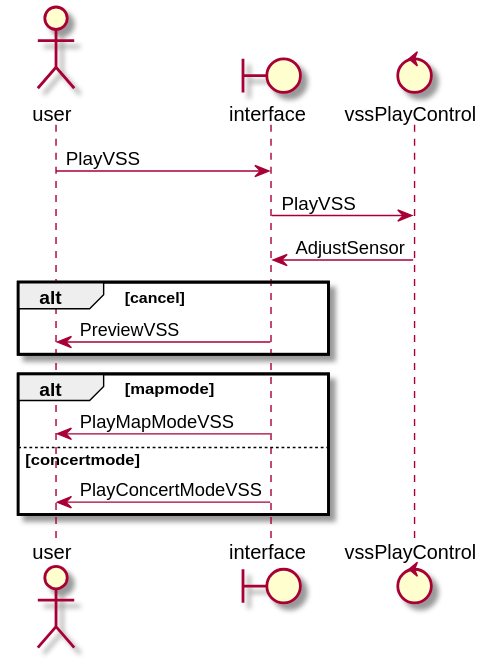
The PlantUML diagram 需求定义和分析/SeqDiagram/playvss.svg in kpp19920121/doc, before a commit. The source it was exported from:
```plantuml
@startuml
actor user
boundary interface
control vssPlayControl

user -> interface: PlayVSS
interface -> vssPlayControl: PlayVSS
vssPlayControl -> interface: AdjustSensor

alt cancel
    interface -> user: PreviewVSS
end

alt mapmode
    interface -> user: PlayMapModeVSS
else concertmode
    interface -> user: PlayConcertModeVSS
end
@enduml
```
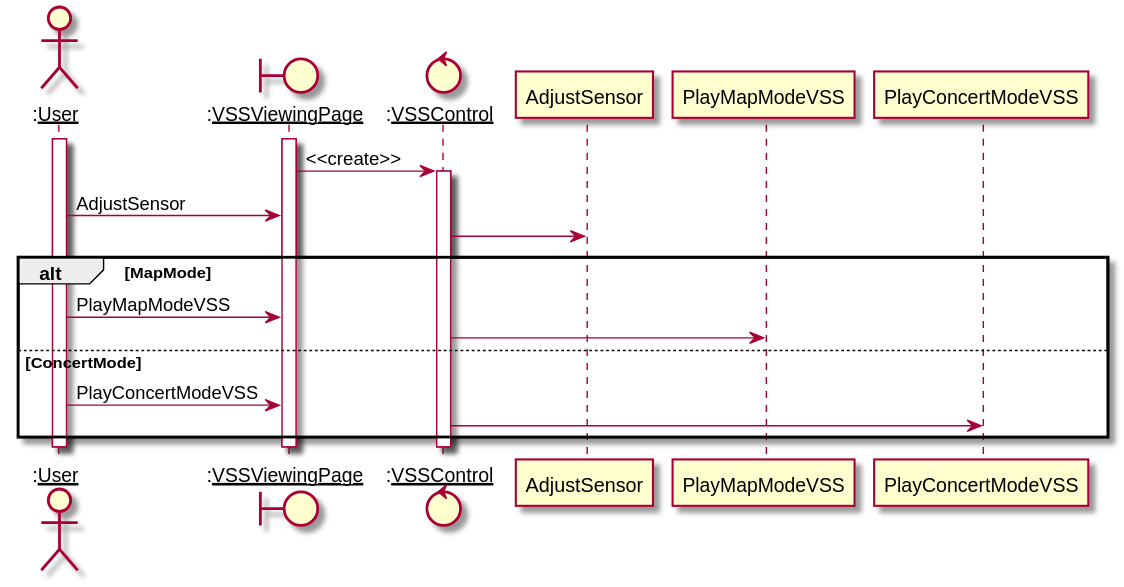
After the change.

Diff of the diagram source:
```diff
@@ -1,19 +1,22 @@
 @startuml
-actor user
-boundary interface
-control vssPlayControl
+actor ":__User__" as User
+boundary ":__VSSViewingPage__" as VSSViewingPage
+control ":__VSSControl__" as VSSControl
 
-user -> interface: PlayVSS
-interface -> vssPlayControl: PlayVSS
-vssPlayControl -> interface: AdjustSensor
-
-alt cancel
-    interface -> user: PreviewVSS
+activate User
+activate VSSViewingPage
+VSSViewingPage -> VSSControl: <<create>>
+activate VSSControl
+User -> VSSViewingPage: AdjustSensor
+VSSControl -> AdjustSensor
+alt MapMode
+  User -> VSSViewingPage: PlayMapModeVSS
+  VSSControl -> PlayMapModeVSS
+else ConcertMode
+  User -> VSSViewingPage: PlayConcertModeVSS
+  VSSControl -> PlayConcertModeVSS
 end
-
-alt mapmode
-    interface -> user: PlayMapModeVSS
-else concertmode
-    interface -> user: PlayConcertModeVSS
-end
+deactivate VSSControl
+deactivate VSSViewingPage
+deactivate User
 @enduml
```
